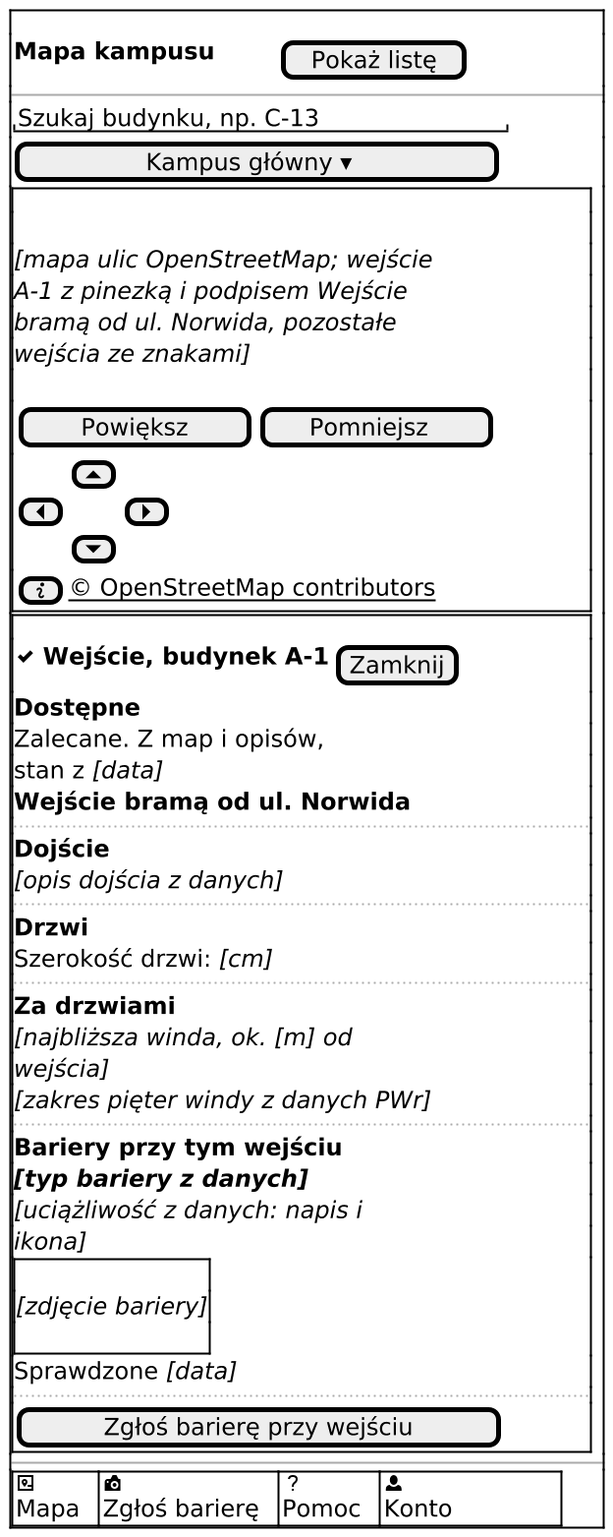
dostepny-kampus/dostepny-kampus keeps this PlantUML diagram as docs/docs/_generated/m-v1-mapa-wejscie.png. Above is the earlier version.
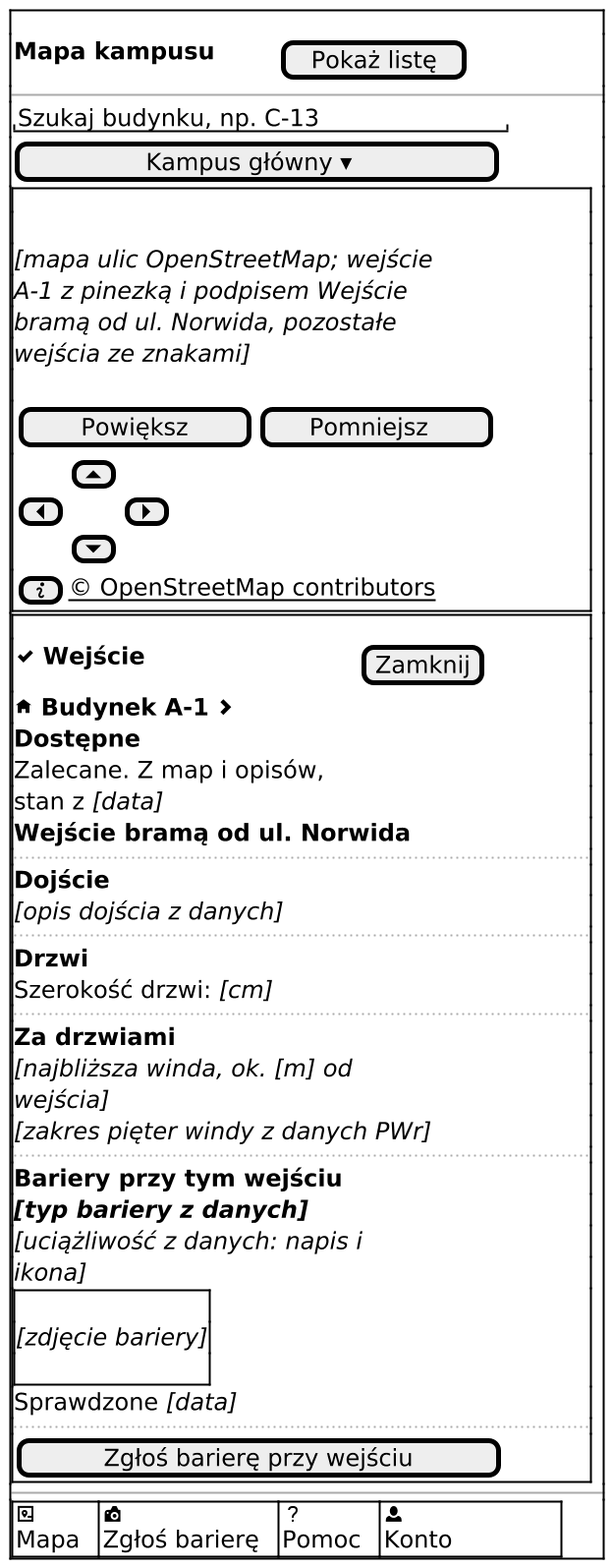
The same file after the commit.

The edit, as a diff of the source:
```diff
@@ -1,7 +1,8 @@
 @startsalt
 ' V1 Mapa kampusu, arkusz wejścia zalecanego po „Pokaż wejście na mapie” z V2 albo po dotknięciu znaku
 ' wejścia (US2.1, US3.3). Arkusz nie ma czynności głównej: odpowiedź podała karta V2. Każde wejście ma ten
-' sam układ części; innych wejść arkusz nie pokazuje, są na liście „Wejścia” karty V2.
+' sam układ części; innych wejść arkusz nie pokazuje, są na liście „Wejścia” karty V2. Wiersz budynku
+' pod nagłówkiem otwiera kartę V2; nagłówek nie powtarza budynku.
 !include _wspolne.iuml
 !include _odwiedzajacy.iuml
 $ekran_poczatek()
@@ -10,7 +11,8 @@
 $przycisk("Kampus główny ▾")
 $mapa("mapa ulic OpenStreetMap; wejście A-1 z pinezką i podpisem Wejście bramą od ul. Norwida, pozostałe wejścia ze znakami", "", "info")
 $ramka()
-{ <&check> <b>Wejście, budynek A-1</b> | [Zamknij] }
+{ <&check> <b>Wejście</b>$dk_spacje(14) | [Zamknij] }
+$wiersz_budynku()
 <b>Dostępne</b>
 Zalecane. Z map i opisów,
 stan z <i>[data]</i>
```
